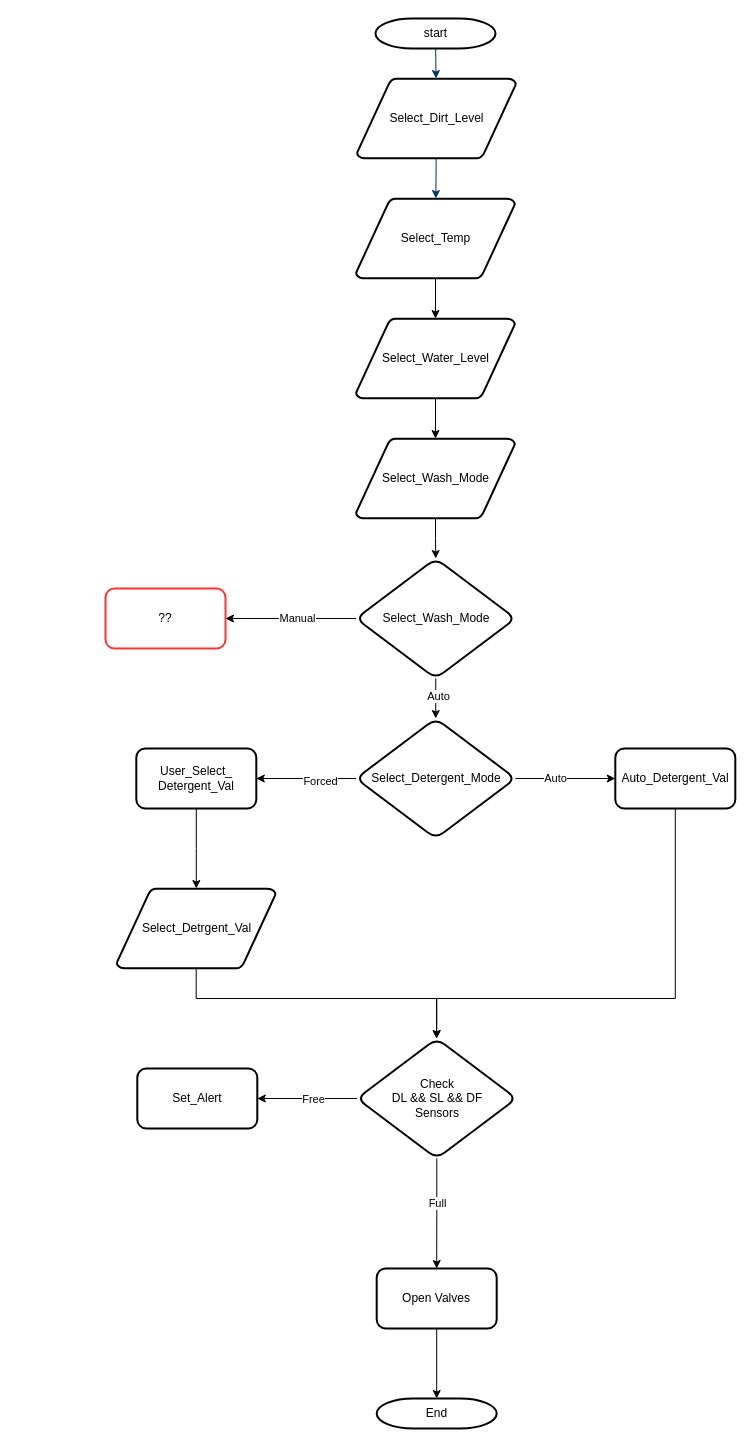
Before: WM_Auto_detergent.drawio in Ahmed-lniwehy/WM_Auto_Detergent, a draw.io diagram. Source tidied: cells renumbered, new cells numbered last; positions are measured from the earlier drawing's top-left corner, leaving out a move shared by most shapes. Both pictures are drawn from the tidied source at 100%, with x=0, y=0 at pixel (105, 18).
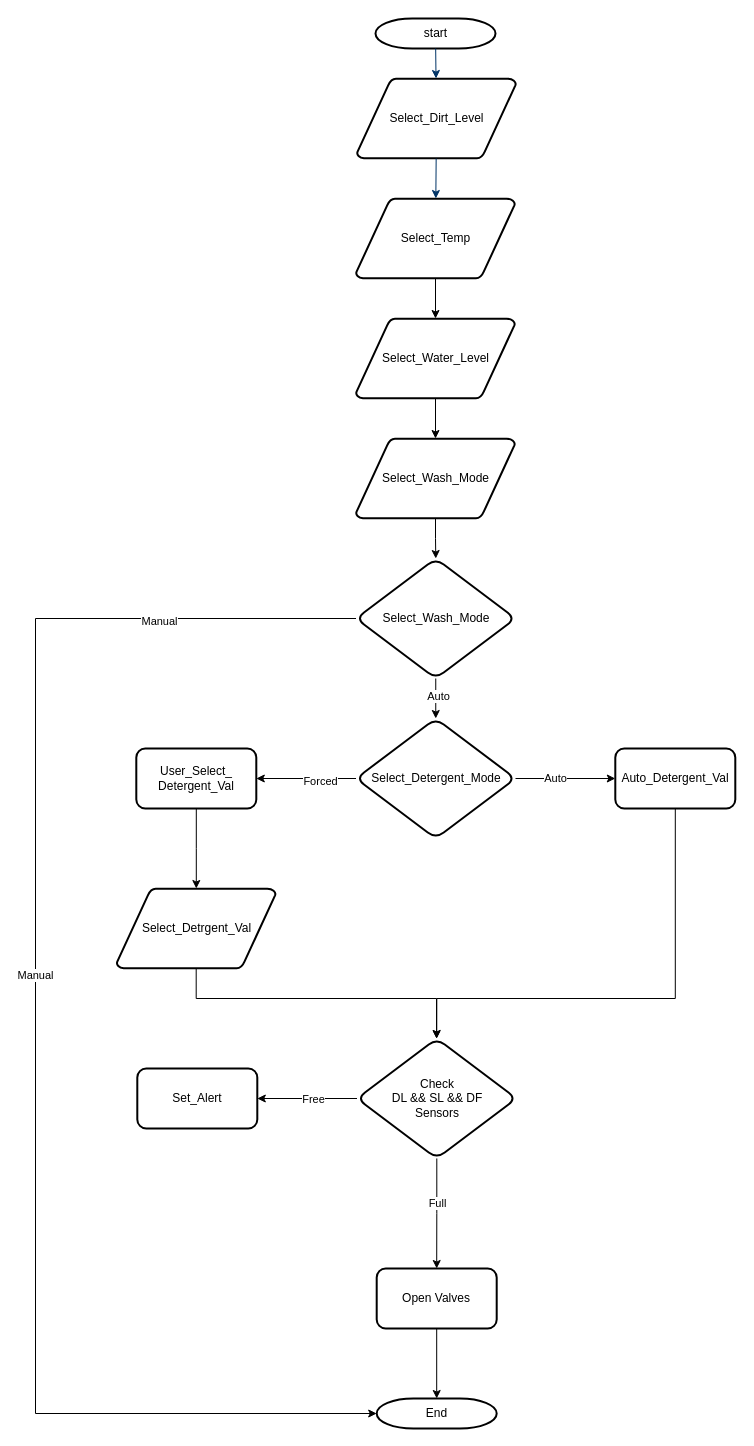
The same diagram, later.

Unchanged cells that the change refers to:
```xml
<mxCell id="17" value="Select_Wash_Mode" style="rhombus;whiteSpace=wrap;html=1;strokeWidth=2;gradientColor=none;gradientDirection=north;fontStyle=0;rounded=1;" parent="1" vertex="1">
  <mxGeometry x="250.5" y="540" width="159.5" height="120" as="geometry" />
</mxCell>
<mxCell id="37" value="End" style="shape=mxgraph.flowchart.terminator;strokeWidth=2;gradientColor=none;gradientDirection=north;fontStyle=0;html=1;" parent="1" vertex="1">
  <mxGeometry x="271.2" y="1380" width="120" height="30" as="geometry" />
</mxCell>
```

What changed in the source:
```diff
@@
-    <mxCell id="12" value="??" style="whiteSpace=wrap;html=1;strokeWidth=2;rounded=1;strokeColor=#FF3333;" parent="1" vertex="1">
-      <mxGeometry y="570" width="120" height="60" as="geometry" />
-    </mxCell>
-    <mxCell id="13" style="edgeStyle=orthogonalEdgeStyle;rounded=0;jettySize=auto;html=1;" parent="1" edge="1" source="17" target="12">
-      <mxGeometry relative="1" as="geometry" />
-    </mxCell>
-    <mxCell id="14" value="Manual&lt;br&gt;" style="edgeLabel;html=1;align=center;verticalAlign=middle;" parent="13" vertex="1">
-      <mxGeometry x="-0.09" y="-1" relative="1" as="geometry" />
-    </mxCell>
@@
+    <mxCell id="38" style="edgeStyle=orthogonalEdgeStyle;rounded=0;jettySize=auto;html=1;entryX=0;entryY=0.5;entryDx=0;entryDy=0;entryPerimeter=0;exitX=0;exitY=0.5;exitDx=0;exitDy=0;" parent="1" edge="1" source="17" target="37">
+      <mxGeometry relative="1" as="geometry">
+        <Array as="points">
+          <mxPoint x="-70" y="600" />
+          <mxPoint x="-70" y="1395" />
+        </Array>
+      </mxGeometry>
+    </mxCell>
+    <mxCell id="39" value="Manual" style="edgeLabel;html=1;align=center;verticalAlign=middle;" parent="38" vertex="1">
+      <mxGeometry x="-0.73" y="2" relative="1" as="geometry" />
+    </mxCell>
+    <mxCell id="40" value="Manual" style="edgeLabel;html=1;align=center;verticalAlign=middle;" parent="38" vertex="1">
+      <mxGeometry x="-0.07" y="-1" relative="1" as="geometry" />
+    </mxCell>
```
